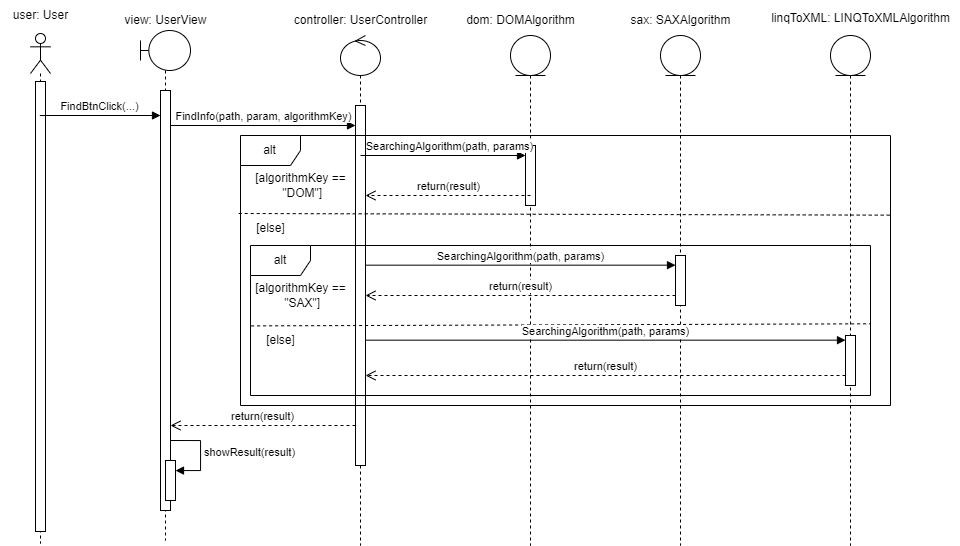
Above: Lab 2/Sequence.png in g-gi-g/Lab2 (draw.io), before the change. Source tidied: cells renumbered, new cells last; positions are measured from the earlier drawing's top-left corner, leaving out a move shared by most shapes.
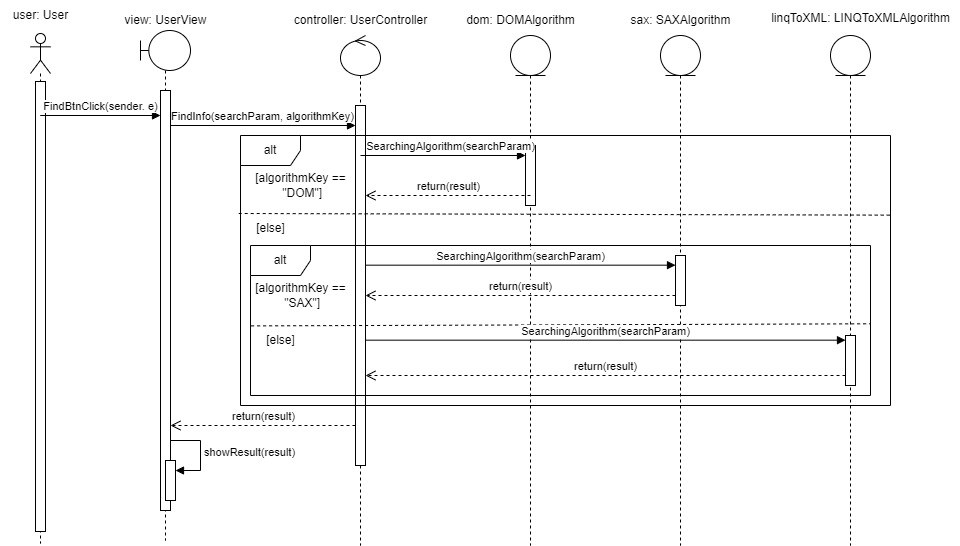
Above is the later version.

What changed in the source:
```diff
@@ -31,7 +31,7 @@
     <mxCell id="9" value="view: UserView" style="text;html=1;align=center;verticalAlign=middle;strokeColor=none;fillColor=none;" parent="1" vertex="1">
       <mxGeometry x="110" y="5" width="110" height="30" as="geometry" />
     </mxCell>
-    <mxCell id="10" value="FindBtnClick(...)" style="html=1;verticalAlign=bottom;endArrow=block;curved=0;rounded=0;" parent="1" edge="1" source="2">
+    <mxCell id="10" value="FindBtnClick(sender. e)" style="html=1;verticalAlign=bottom;endArrow=block;curved=0;rounded=0;" parent="1" edge="1" source="2">
       <mxGeometry relative="1" as="geometry">
         <mxPoint x="160" y="115" as="targetPoint" />
       </mxGeometry>
@@ -45,7 +45,7 @@
     <mxCell id="13" value="controller: UserController" style="text;html=1;align=center;verticalAlign=middle;strokeColor=none;fillColor=none;" parent="1" vertex="1">
       <mxGeometry x="280" y="5" width="160" height="30" as="geometry" />
     </mxCell>
-    <mxCell id="14" value="FindInfo(path, param, algorithmKey)" style="html=1;verticalAlign=bottom;endArrow=block;curved=0;rounded=0;" parent="1" edge="1" source="6">
+    <mxCell id="14" value="FindInfo(searchParam, algorithmKey)" style="html=1;verticalAlign=bottom;endArrow=block;curved=0;rounded=0;" parent="1" edge="1" source="6">
       <mxGeometry relative="1" as="geometry">
         <mxPoint x="355" y="125" as="targetPoint" />
       </mxGeometry>
@@ -82,7 +82,7 @@
     <mxCell id="23" value="dom: DOMAlgorithm" style="text;html=1;align=center;verticalAlign=middle;strokeColor=none;fillColor=none;" parent="1" vertex="1">
       <mxGeometry x="455" y="5" width="130" height="30" as="geometry" />
     </mxCell>
-    <mxCell id="24" value="SearchingAlgorithm(path, params)" style="html=1;verticalAlign=bottom;endArrow=block;curved=0;rounded=0;" parent="1" edge="1" target="17">
+    <mxCell id="24" value="SearchingAlgorithm(searchParam)" style="html=1;verticalAlign=bottom;endArrow=block;curved=0;rounded=0;" parent="1" edge="1" target="17">
       <mxGeometry x="0.09" relative="1" as="geometry">
         <mxPoint x="360" y="155" as="sourcePoint" />
       </mxGeometry>
@@ -107,7 +107,7 @@
     <mxCell id="30" style="endArrow=none;dashed=1;html=1;rounded=0;exitX=0.001;exitY=0.536;exitDx=0;exitDy=0;exitPerimeter=0;entryX=1;entryY=0.522;entryDx=0;entryDy=0;entryPerimeter=0;" parent="1" edge="1" source="27" target="27">
       <mxGeometry relative="1" as="geometry" />
     </mxCell>
-    <mxCell id="31" value="SearchingAlgorithm(path, params)" style="html=1;verticalAlign=bottom;endArrow=block;curved=0;rounded=0;" parent="1" edge="1">
+    <mxCell id="31" value="SearchingAlgorithm(searchParam)" style="html=1;verticalAlign=bottom;endArrow=block;curved=0;rounded=0;" parent="1" edge="1">
       <mxGeometry relative="1" as="geometry">
         <mxPoint x="365" y="264.7" as="sourcePoint" />
         <mxPoint x="675" y="264.7" as="targetPoint" />
@@ -131,7 +131,7 @@
     <mxCell id="36" value="[else]" style="text;html=1;align=center;verticalAlign=middle;strokeColor=none;fillColor=none;" parent="1" vertex="1">
       <mxGeometry x="255" y="325" width="50" height="30" as="geometry" />
     </mxCell>
-    <mxCell id="37" value="SearchingAlgorithm(path, params)" style="html=1;verticalAlign=bottom;endArrow=block;curved=0;rounded=0;" parent="1" edge="1">
+    <mxCell id="37" value="SearchingAlgorithm(searchParam)" style="html=1;verticalAlign=bottom;endArrow=block;curved=0;rounded=0;" parent="1" edge="1">
       <mxGeometry relative="1" as="geometry">
         <mxPoint x="365" y="339.7" as="sourcePoint" />
         <mxPoint x="845" y="339.7" as="targetPoint" />
```
